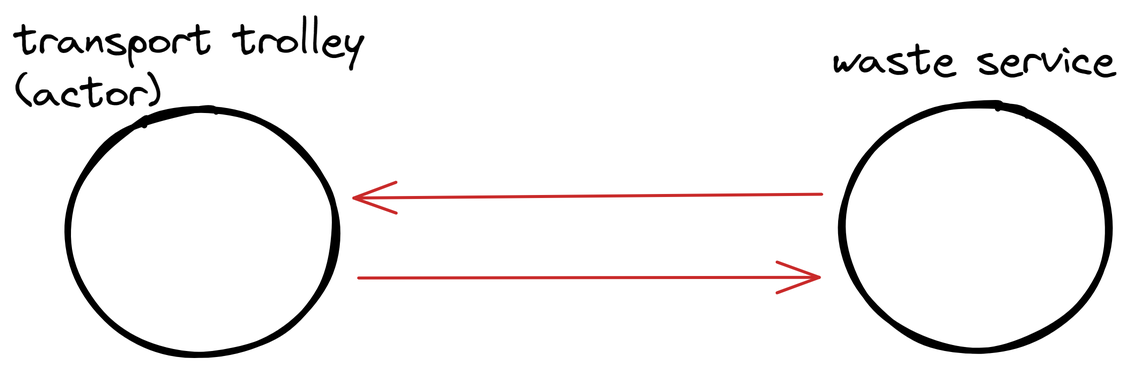
This is images/Transport_trolley.png from GrikFreak/issTemaFinale22, a Excalidraw export, as it was before one commit. Source tidied: one line per element, renumbered; positions are measured from the earlier drawing's top-left corner, leaving out a move shared by most shapes.
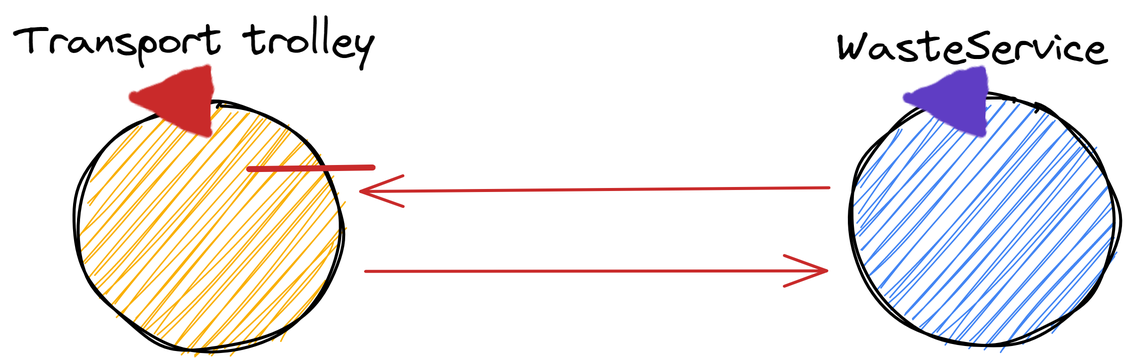
After the change.

Diff of the diagram source:
```diff
@@ -1,6 +1,69 @@
-{"id": 0, "type": "ellipse", "strokeColor": "#000000", "strokeWidth": 4, "roughness": 1, "x": 36, "y": 63, "width": 178, "height": 164}
+{"id": 0, "type": "ellipse", "strokeColor": "#000000", "backgroundColor": "#fab005", "fillStyle": "hachure", "strokeWidth": 2, "roughness": 2, "x": 36, "y": 63, "width": 178, "height": 164}
-{"id": 1, "type": "ellipse", "strokeColor": "#000000", "strokeWidth": 4, "roughness": 1, "x": 552, "y": 59, "width": 178, "height": 164}
+{"id": 1, "type": "ellipse", "strokeColor": "#000000", "backgroundColor": "#4285f4", "fillStyle": "hachure", "strokeWidth": 2, "roughness": 2, "x": 552, "y": 59, "width": 178, "height": 164}
-{"id": 2, "type": "text", "text": "transport trolley\n(actor)", "strokeColor": "#000000", "backgroundColor": "#669df6", "fillStyle": "hachure", "strokeWidth": 4, "roughness": 1, "fontSize": 28, "fontFamily": 1, "x": 0, "y": 0, "width": 233, "height": 70}
-{"id": 3, "type": "text", "text": "waste service", "strokeColor": "#000000", "strokeWidth": 4, "roughness": 1, "fontSize": 28, "fontFamily": 1, "x": 545, "y": 13, "width": 190, "height": 35}
+{"id": 3, "type": "text", "text": "WasteService", "strokeColor": "#000000", "strokeWidth": 4, "roughness": 1, "fontSize": 28, "fontFamily": 1, "x": 543, "y": 9, "width": 181, "height": 35}
 {"id": 4, "type": "arrow", "strokeColor": "#c92a2a", "angle": 3.13, "strokeWidth": 2, "roughness": 0, "endArrowhead": "arrow", "from": 1, "to": 0, "x": 226, "y": 121, "width": 312, "height": 0, "points": [[0, 0], [312, 0]]}
 {"id": 5, "type": "arrow", "strokeColor": "#c92a2a", "angle": 3.15, "strokeWidth": 2, "roughness": 0, "endArrowhead": "arrow", "from": 0, "to": 1, "x": 536, "y": 174, "width": 307, "height": 3, "points": [[0, 0], [-307, 3]]}
+{"id": 6, "type": "freedraw", "strokeColor": "#c92a2a", "angle": 0.3, "strokeWidth": 1, "roughness": 0, "x": 143, "y": 34, "width": 42, "height": 33, "points": [[-23, 0], [-24, 1], [-24, 1], [-25, 2], [-26, 3], [-27, 4], [-30, 6], [-31, 6], [-33, 7], [-35, 8], [-36, 10], [-39, 13], [-40, 13], [-41, 14], [-43, 16], [-45, 17], [-46, 18], [-46, 19], [-46, 20], [-47, 20], [-48, 20], [-48, 21], [-48, 21], [-48, 21], [-49, 21], [-50, 22], [-51, 23], [-51, 23], [-51, 23], [-52, 23], [-52, 24], [-53, 25], [-54, 26], [-55, 27], [-56, 28], [-58, 29], [-58, 30], [-60, 30], [-60, 30], [-61, 31], [-62, 31], [-63, 32], [-64, 32], [-65, 32], [-65, 33], [-64, 33], [-64, 33]]}
+{"id": 7, "type": "freedraw", "strokeColor": "#c92a2a", "angle": 0.3, "strokeWidth": 1, "roughness": 0, "x": 73, "y": 68, "width": 54, "height": 7, "points": [[0, 0], [1, 0], [4, 1], [6, 1], [8, 1], [11, 1], [13, 1], [15, 1], [16, 2], [18, 2], [20, 3], [21, 4], [23, 4], [24, 4], [26, 4], [29, 5], [33, 6], [36, 6], [39, 7], [40, 7], [43, 7], [45, 7], [47, 7], [49, 7], [50, 7], [52, 7], [53, 7], [54, 7]]}
+{"id": 8, "type": "line", "strokeColor": "#c92a2a", "angle": 0.36, "strokeWidth": 4, "roughness": 0, "x": 117, "y": 42, "width": 14, "height": 39, "points": [[0, 0], [14, 39], [0, 0]]}
+{"id": 9, "type": "freedraw", "strokeColor": "#c92a2a", "angle": 0.3, "strokeWidth": 4, "roughness": 0, "x": 104, "y": 57, "width": 0, "height": 0, "points": [[0, 0], [0, 0]]}
+{"id": 10, "type": "freedraw", "strokeColor": "#c92a2a", "angle": 0.3, "strokeWidth": 4, "roughness": 0, "x": 110, "y": 65, "width": 0, "height": 0, "points": [[0, 0], [0, 0]]}
+{"id": 11, "type": "freedraw", "strokeColor": "#c92a2a", "angle": 0.3, "strokeWidth": 4, "roughness": 0, "x": 116, "y": 57, "width": 0, "height": 0, "points": [[0, 0], [0, 0]]}
+{"id": 12, "type": "freedraw", "strokeColor": "#c92a2a", "angle": 0.3, "strokeWidth": 4, "roughness": 0, "x": 110, "y": 51, "width": 0, "height": 0, "points": [[0, 0], [0, 0]]}
+{"id": 13, "type": "freedraw", "strokeColor": "#c92a2a", "angle": 0.3, "strokeWidth": 4, "roughness": 0, "x": 119, "y": 48, "width": 0, "height": 0, "points": [[0, 0], [0, 0]]}
+{"id": 14, "type": "freedraw", "strokeColor": "#c92a2a", "angle": 0.3, "strokeWidth": 4, "roughness": 0, "x": 109, "y": 58, "width": 0, "height": 0, "points": [[0, 0], [0, 0]]}
+{"id": 15, "type": "freedraw", "strokeColor": "#c92a2a", "angle": 0.3, "strokeWidth": 4, "roughness": 0, "x": 115, "y": 56, "width": 0, "height": 0, "points": [[0, 0], [0, 0]]}
+{"id": 16, "type": "freedraw", "strokeColor": "#c92a2a", "angle": 0.3, "strokeWidth": 4, "roughness": 0, "x": 115, "y": 56, "width": 0, "height": 0, "points": [[0, 0], [0, 0]]}
+{"id": 17, "type": "freedraw", "strokeColor": "#c92a2a", "angle": 0.3, "strokeWidth": 2, "roughness": 0, "x": 105, "y": 64, "width": 0, "height": 0, "points": [[0, 0], [0, 0]]}
+{"id": 18, "type": "freedraw", "strokeColor": "#c92a2a", "angle": 0.3, "strokeWidth": 2, "roughness": 0, "x": 121, "y": 75, "width": 7, "height": 18, "points": [[-2, -9], [-2, -7], [-2, -6], [-2, -7], [-3, -9], [-4, -11], [-4, -11], [-3, -9], [-2, -7], [-1, -6], [-1, -7], [-2, -11], [-4, -15], [-3, -17], [-1, -13], [0, -9], [0, -7], [0, -7], [-2, -9], [-4, -11], [-4, -13], [-4, -14], [-4, -16], [-4, -17], [-4, -18], [-4, -20], [-5, -21], [-5, -23], [-6, -23], [-7, -24]]}
+{"id": 19, "type": "freedraw", "strokeColor": "#c92a2a", "angle": 0.3, "strokeWidth": 2, "roughness": 0, "x": 137, "y": 75, "width": 31, "height": 6, "points": [[-17, -3], [-18, -3], [-19, -3], [-19, -3], [-20, -4], [-21, -5], [-21, -5], [-22, -5], [-23, -6], [-24, -6], [-24, -6], [-25, -7], [-26, -7], [-26, -7], [-27, -7], [-29, -7], [-30, -7], [-31, -7], [-31, -7], [-32, -7], [-33, -7], [-33, -7], [-34, -7], [-35, -7], [-36, -7], [-36, -7], [-37, -7], [-38, -7], [-38, -7], [-39, -7], [-40, -7], [-40, -7], [-40, -7], [-41, -7], [-42, -7], [-43, -7], [-44, -8], [-45, -8], [-46, -8], [-47, -8], [-48, -8], [-48, -8], [-48, -9], [-48, -9]]}
+{"id": 20, "type": "freedraw", "strokeColor": "#c92a2a", "angle": 0.3, "strokeWidth": 2, "roughness": 0, "x": 123, "y": 77, "width": 0, "height": 0, "points": [[0, 0], [0, 0]]}
+{"id": 21, "type": "freedraw", "strokeColor": "#c92a2a", "angle": 0.3, "strokeWidth": 2, "roughness": 0, "x": 119, "y": 74, "width": 0, "height": 0, "points": [[0, 0], [0, 0]]}
+{"id": 22, "type": "freedraw", "strokeColor": "#c92a2a", "angle": 0.3, "strokeWidth": 2, "roughness": 0, "x": 120, "y": 73, "width": 0, "height": 0, "points": [[0, 0], [0, 0]]}
+{"id": 23, "type": "freedraw", "strokeColor": "#c92a2a", "angle": 0.3, "strokeWidth": 2, "roughness": 0, "x": 119, "y": 79, "width": 0, "height": 0, "points": [[0, 0], [0, 0]]}
+{"id": 24, "type": "freedraw", "strokeColor": "#c92a2a", "angle": 0.3, "strokeWidth": 2, "roughness": 0, "x": 116, "y": 77, "width": 0, "height": 0, "points": [[0, 0], [0, 0]]}
+{"id": 25, "type": "freedraw", "strokeColor": "#c92a2a", "angle": 0.3, "strokeWidth": 2, "roughness": 0, "x": 109, "y": 72, "width": 0, "height": 0, "points": [[0, 0], [0, 0]]}
+{"id": 26, "type": "freedraw", "strokeColor": "#c92a2a", "angle": 0.3, "strokeWidth": 2, "roughness": 0, "x": 110, "y": 76, "width": 0, "height": 0, "points": [[0, 0], [0, 0]]}
+{"id": 27, "type": "freedraw", "strokeColor": "#c92a2a", "angle": 0.3, "strokeWidth": 2, "roughness": 0, "x": 107, "y": 72, "width": 0, "height": 0, "points": [[0, 0], [0, 0]]}
+{"id": 28, "type": "freedraw", "strokeColor": "#c92a2a", "angle": 0.3, "strokeWidth": 2, "roughness": 0, "x": 97, "y": 59, "width": 0, "height": 0, "points": [[0, 0], [0, 0]]}
+{"id": 29, "type": "freedraw", "strokeColor": "#c92a2a", "angle": 0.3, "strokeWidth": 2, "roughness": 0, "x": 97, "y": 59, "width": 0, "height": 0, "points": [[0, 0], [0, 0]]}
+{"id": 30, "type": "freedraw", "strokeColor": "#c92a2a", "angle": 0.3, "strokeWidth": 2, "roughness": 0, "x": 98, "y": 56, "width": 0, "height": 0, "points": [[0, 0], [0, 0]]}
+{"id": 31, "type": "freedraw", "strokeColor": "#c92a2a", "angle": 0.3, "strokeWidth": 2, "roughness": 0, "x": 98, "y": 56, "width": 0, "height": 0, "points": [[0, 0], [0, 0]]}
+{"id": 32, "type": "freedraw", "strokeColor": "#c92a2a", "angle": 0.3, "strokeWidth": 2, "roughness": 0, "x": 93, "y": 58, "width": 0, "height": 0, "points": [[0, 0], [0, 0]]}
+{"id": 33, "type": "freedraw", "strokeColor": "#c92a2a", "angle": 0.3, "strokeWidth": 2, "roughness": 0, "x": 86, "y": 59, "width": 0, "height": 0, "points": [[0, 0], [0, 0]]}
+{"id": 34, "type": "freedraw", "strokeColor": "#c92a2a", "angle": 0.3, "strokeWidth": 2, "roughness": 0, "x": 82, "y": 60, "width": 0, "height": 0, "points": [[0, 0], [0, 0]]}
+{"id": 35, "type": "freedraw", "strokeColor": "#c92a2a", "angle": 0.3, "strokeWidth": 2, "roughness": 0, "x": 100, "y": 51, "width": 0, "height": 0, "points": [[0, 0], [0, 0]]}
+{"id": 36, "type": "freedraw", "strokeColor": "#c92a2a", "angle": 0.3, "strokeWidth": 2, "roughness": 0, "x": 108, "y": 51, "width": 34, "height": 18, "points": [[-8, 0], [-8, 0], [-11, 5], [-13, 7], [-14, 8], [-16, 10], [-18, 12], [-19, 13], [-21, 14], [-19, 14], [-13, 12], [-11, 10], [-8, 10], [-5, 10], [-1, 9], [3, 9], [6, 9], [7, 12], [9, 13], [10, 16], [6, 17], [4, 17], [1, 17], [6, 14], [10, 8], [11, 3], [12, 0]]}
+{"id": 2, "type": "text", "text": "Transport trolley", "strokeColor": "#000000", "backgroundColor": "#669df6", "fillStyle": "hachure", "strokeWidth": 4, "roughness": 1, "fontSize": 28, "fontFamily": 1, "x": -4, "y": 4, "width": 240, "height": 35}
+{"id": 37, "type": "line", "strokeColor": "#c92a2a", "backgroundColor": "#fab005", "fillStyle": "solid", "strokeWidth": 4, "roughness": 0, "x": 152, "y": 107, "width": 82, "height": 1, "points": [[0, 0], [82, -1]]}
+{"id": 38, "type": "freedraw", "strokeColor": "#5f3dc4", "angle": 0.3, "strokeWidth": 1, "roughness": 0, "x": 659, "y": 34, "width": 42, "height": 33, "points": [[-23, 0], [-24, 1], [-24, 1], [-25, 2], [-26, 3], [-27, 4], [-30, 6], [-31, 6], [-33, 7], [-35, 8], [-36, 10], [-39, 13], [-40, 13], [-41, 14], [-43, 16], [-45, 17], [-46, 18], [-46, 19], [-46, 20], [-47, 20], [-48, 20], [-48, 21], [-48, 21], [-48, 21], [-49, 21], [-50, 22], [-51, 23], [-51, 23], [-51, 23], [-52, 23], [-52, 24], [-53, 25], [-54, 26], [-55, 27], [-56, 28], [-58, 29], [-58, 30], [-60, 30], [-60, 30], [-61, 31], [-62, 31], [-63, 32], [-64, 32], [-65, 32], [-65, 33], [-64, 33], [-64, 33]]}
+{"id": 39, "type": "freedraw", "strokeColor": "#5f3dc4", "angle": 0.3, "strokeWidth": 1, "roughness": 0, "x": 589, "y": 68, "width": 54, "height": 7, "points": [[0, 0], [1, 0], [4, 1], [6, 1], [8, 1], [11, 1], [13, 1], [15, 1], [16, 2], [18, 2], [20, 3], [21, 4], [23, 4], [24, 4], [26, 4], [29, 5], [33, 6], [36, 6], [39, 7], [40, 7], [43, 7], [45, 7], [47, 7], [49, 7], [50, 7], [52, 7], [53, 7], [54, 7]]}
+{"id": 40, "type": "line", "strokeColor": "#5f3dc4", "angle": 0.36, "strokeWidth": 4, "roughness": 0, "x": 633, "y": 43, "width": 14, "height": 39, "points": [[0, 0], [14, 39], [0, 0]]}
+{"id": 41, "type": "freedraw", "strokeColor": "#5f3dc4", "angle": 0.3, "strokeWidth": 4, "roughness": 0, "x": 620, "y": 58, "width": 0, "height": 0, "points": [[0, 0], [0, 0]]}
+{"id": 42, "type": "freedraw", "strokeColor": "#5f3dc4", "angle": 0.3, "strokeWidth": 4, "roughness": 0, "x": 626, "y": 65, "width": 0, "height": 0, "points": [[0, 0], [0, 0]]}
+{"id": 43, "type": "freedraw", "strokeColor": "#5f3dc4", "angle": 0.3, "strokeWidth": 4, "roughness": 0, "x": 632, "y": 58, "width": 0, "height": 0, "points": [[0, 0], [0, 0]]}
+{"id": 44, "type": "freedraw", "strokeColor": "#5f3dc4", "angle": 0.3, "strokeWidth": 4, "roughness": 0, "x": 627, "y": 51, "width": 0, "height": 0, "points": [[0, 0], [0, 0]]}
+{"id": 45, "type": "freedraw", "strokeColor": "#5f3dc4", "angle": 0.3, "strokeWidth": 4, "roughness": 0, "x": 635, "y": 48, "width": 0, "height": 0, "points": [[0, 0], [0, 0]]}
+{"id": 46, "type": "freedraw", "strokeColor": "#5f3dc4", "angle": 0.3, "strokeWidth": 4, "roughness": 0, "x": 625, "y": 59, "width": 0, "height": 0, "points": [[0, 0], [0, 0]]}
+{"id": 47, "type": "freedraw", "strokeColor": "#5f3dc4", "angle": 0.3, "strokeWidth": 4, "roughness": 0, "x": 632, "y": 56, "width": 0, "height": 0, "points": [[0, 0], [0, 0]]}
+{"id": 48, "type": "freedraw", "strokeColor": "#5f3dc4", "angle": 0.3, "strokeWidth": 4, "roughness": 0, "x": 631, "y": 56, "width": 0, "height": 0, "points": [[0, 0], [0, 0]]}
+{"id": 49, "type": "freedraw", "strokeColor": "#5f3dc4", "angle": 0.3, "strokeWidth": 2, "roughness": 0, "x": 621, "y": 65, "width": 0, "height": 0, "points": [[0, 0], [0, 0]]}
+{"id": 50, "type": "freedraw", "strokeColor": "#5f3dc4", "angle": 0.3, "strokeWidth": 2, "roughness": 0, "x": 638, "y": 76, "width": 7, "height": 18, "points": [[-2, -9], [-2, -7], [-2, -6], [-2, -7], [-3, -9], [-4, -11], [-4, -11], [-3, -9], [-2, -7], [-1, -6], [-1, -7], [-2, -11], [-4, -15], [-3, -17], [-1, -13], [0, -9], [0, -7], [0, -7], [-2, -9], [-4, -11], [-4, -13], [-4, -14], [-4, -16], [-4, -17], [-4, -18], [-4, -20], [-5, -21], [-5, -23], [-6, -23], [-7, -24]]}
+{"id": 51, "type": "freedraw", "strokeColor": "#5f3dc4", "angle": 0.3, "strokeWidth": 2, "roughness": 0, "x": 653, "y": 76, "width": 31, "height": 6, "points": [[-17, -3], [-18, -3], [-19, -3], [-19, -3], [-20, -4], [-21, -5], [-21, -5], [-22, -5], [-23, -6], [-24, -6], [-24, -6], [-25, -7], [-26, -7], [-26, -7], [-27, -7], [-29, -7], [-30, -7], [-31, -7], [-31, -7], [-32, -7], [-33, -7], [-33, -7], [-34, -7], [-35, -7], [-36, -7], [-36, -7], [-37, -7], [-38, -7], [-38, -7], [-39, -7], [-40, -7], [-40, -7], [-40, -7], [-41, -7], [-42, -7], [-43, -7], [-44, -8], [-45, -8], [-46, -8], [-47, -8], [-48, -8], [-48, -8], [-48, -9], [-48, -9]]}
+{"id": 52, "type": "freedraw", "strokeColor": "#5f3dc4", "angle": 0.3, "strokeWidth": 2, "roughness": 0, "x": 639, "y": 78, "width": 0, "height": 0, "points": [[0, 0], [0, 0]]}
+{"id": 53, "type": "freedraw", "strokeColor": "#5f3dc4", "angle": 0.3, "strokeWidth": 2, "roughness": 0, "x": 635, "y": 74, "width": 0, "height": 0, "points": [[0, 0], [0, 0]]}
+{"id": 54, "type": "freedraw", "strokeColor": "#5f3dc4", "angle": 0.3, "strokeWidth": 2, "roughness": 0, "x": 637, "y": 73, "width": 0, "height": 0, "points": [[0, 0], [0, 0]]}
+{"id": 55, "type": "freedraw", "strokeColor": "#5f3dc4", "angle": 0.3, "strokeWidth": 2, "roughness": 0, "x": 635, "y": 79, "width": 0, "height": 0, "points": [[0, 0], [0, 0]]}
+{"id": 56, "type": "freedraw", "strokeColor": "#5f3dc4", "angle": 0.3, "strokeWidth": 2, "roughness": 0, "x": 632, "y": 77, "width": 0, "height": 0, "points": [[0, 0], [0, 0]]}
+{"id": 57, "type": "freedraw", "strokeColor": "#5f3dc4", "angle": 0.3, "strokeWidth": 2, "roughness": 0, "x": 625, "y": 72, "width": 0, "height": 0, "points": [[0, 0], [0, 0]]}
+{"id": 58, "type": "freedraw", "strokeColor": "#5f3dc4", "angle": 0.3, "strokeWidth": 2, "roughness": 0, "x": 626, "y": 77, "width": 0, "height": 0, "points": [[0, 0], [0, 0]]}
+{"id": 59, "type": "freedraw", "strokeColor": "#5f3dc4", "angle": 0.3, "strokeWidth": 2, "roughness": 0, "x": 623, "y": 73, "width": 0, "height": 0, "points": [[0, 0], [0, 0]]}
+{"id": 60, "type": "freedraw", "strokeColor": "#5f3dc4", "angle": 0.3, "strokeWidth": 2, "roughness": 0, "x": 613, "y": 59, "width": 0, "height": 0, "points": [[0, 0], [0, 0]]}
+{"id": 61, "type": "freedraw", "strokeColor": "#5f3dc4", "angle": 0.3, "strokeWidth": 2, "roughness": 0, "x": 613, "y": 59, "width": 0, "height": 0, "points": [[0, 0], [0, 0]]}
+{"id": 62, "type": "freedraw", "strokeColor": "#5f3dc4", "angle": 0.3, "strokeWidth": 2, "roughness": 0, "x": 614, "y": 57, "width": 0, "height": 0, "points": [[0, 0], [0, 0]]}
+{"id": 63, "type": "freedraw", "strokeColor": "#5f3dc4", "angle": 0.3, "strokeWidth": 2, "roughness": 0, "x": 614, "y": 57, "width": 0, "height": 0, "points": [[0, 0], [0, 0]]}
+{"id": 64, "type": "freedraw", "strokeColor": "#5f3dc4", "angle": 0.3, "strokeWidth": 2, "roughness": 0, "x": 609, "y": 58, "width": 0, "height": 0, "points": [[0, 0], [0, 0]]}
+{"id": 65, "type": "freedraw", "strokeColor": "#5f3dc4", "angle": 0.3, "strokeWidth": 2, "roughness": 0, "x": 602, "y": 59, "width": 0, "height": 0, "points": [[0, 0], [0, 0]]}
+{"id": 66, "type": "freedraw", "strokeColor": "#5f3dc4", "angle": 0.3, "strokeWidth": 2, "roughness": 0, "x": 599, "y": 60, "width": 0, "height": 0, "points": [[0, 0], [0, 0]]}
+{"id": 67, "type": "freedraw", "strokeColor": "#5f3dc4", "angle": 0.3, "strokeWidth": 2, "roughness": 0, "x": 616, "y": 51, "width": 0, "height": 0, "points": [[0, 0], [0, 0]]}
+{"id": 68, "type": "freedraw", "strokeColor": "#5f3dc4", "angle": 0.3, "strokeWidth": 2, "roughness": 0, "x": 625, "y": 51, "width": 34, "height": 18, "points": [[-8, 0], [-8, 0], [-11, 5], [-13, 7], [-14, 8], [-16, 10], [-18, 12], [-19, 13], [-21, 14], [-19, 14], [-13, 12], [-11, 10], [-8, 10], [-5, 10], [-1, 9], [3, 9], [6, 9], [7, 12], [9, 13], [10, 16], [6, 17], [4, 17], [1, 17], [6, 14], [10, 8], [11, 3], [12, 0]]}
```
